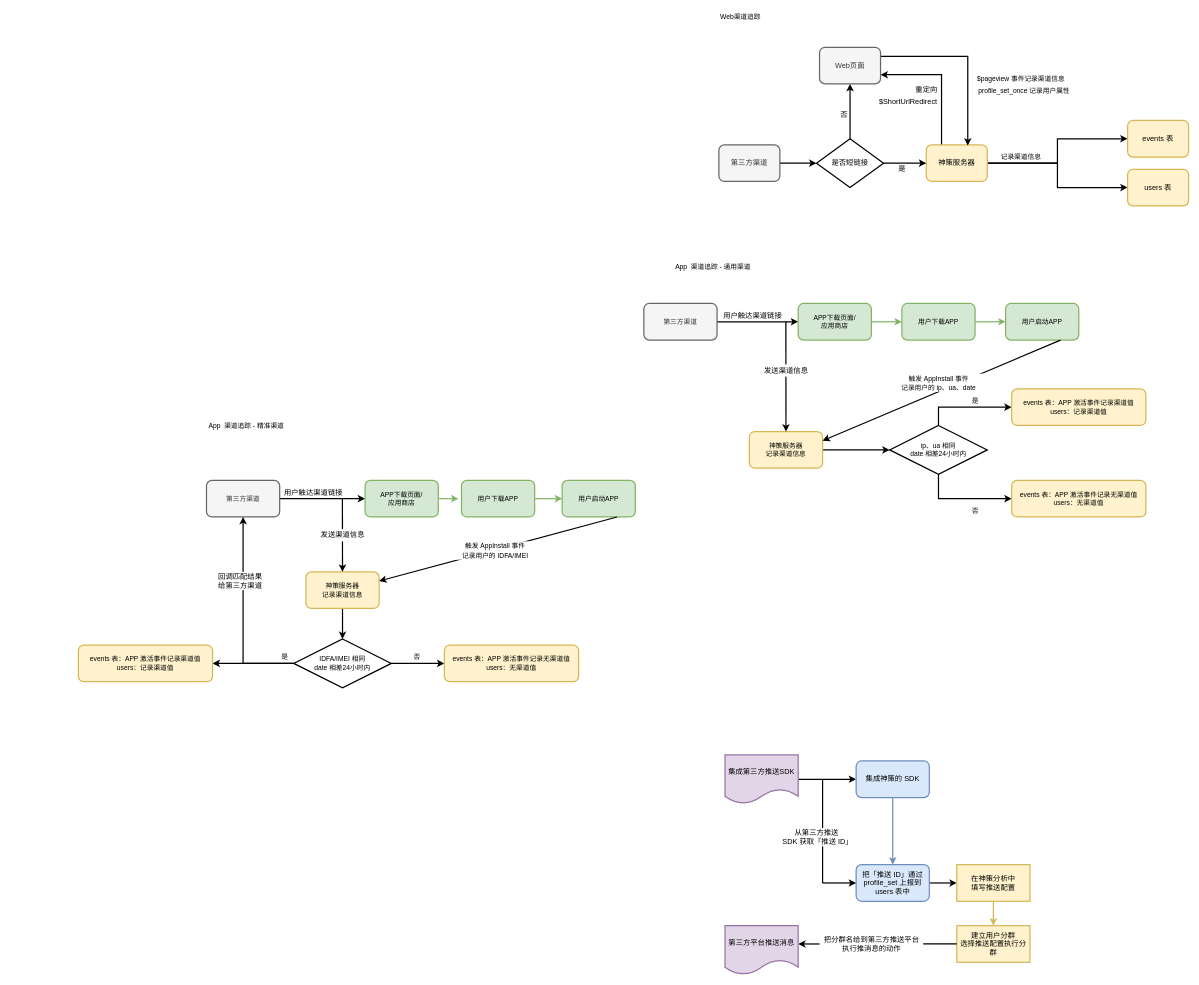
This is 导入工具.drawio from zhulinghao/drawio_warehouse, a draw.io file, before an edit. Source tidied: cells renumbered, new cells numbered last; positions are measured from the earlier drawing's top-left corner, leaving out a move shared by most shapes. Both pictures are drawn from the tidied source at 61%, with x=0, y=0 at pixel (78, 10).
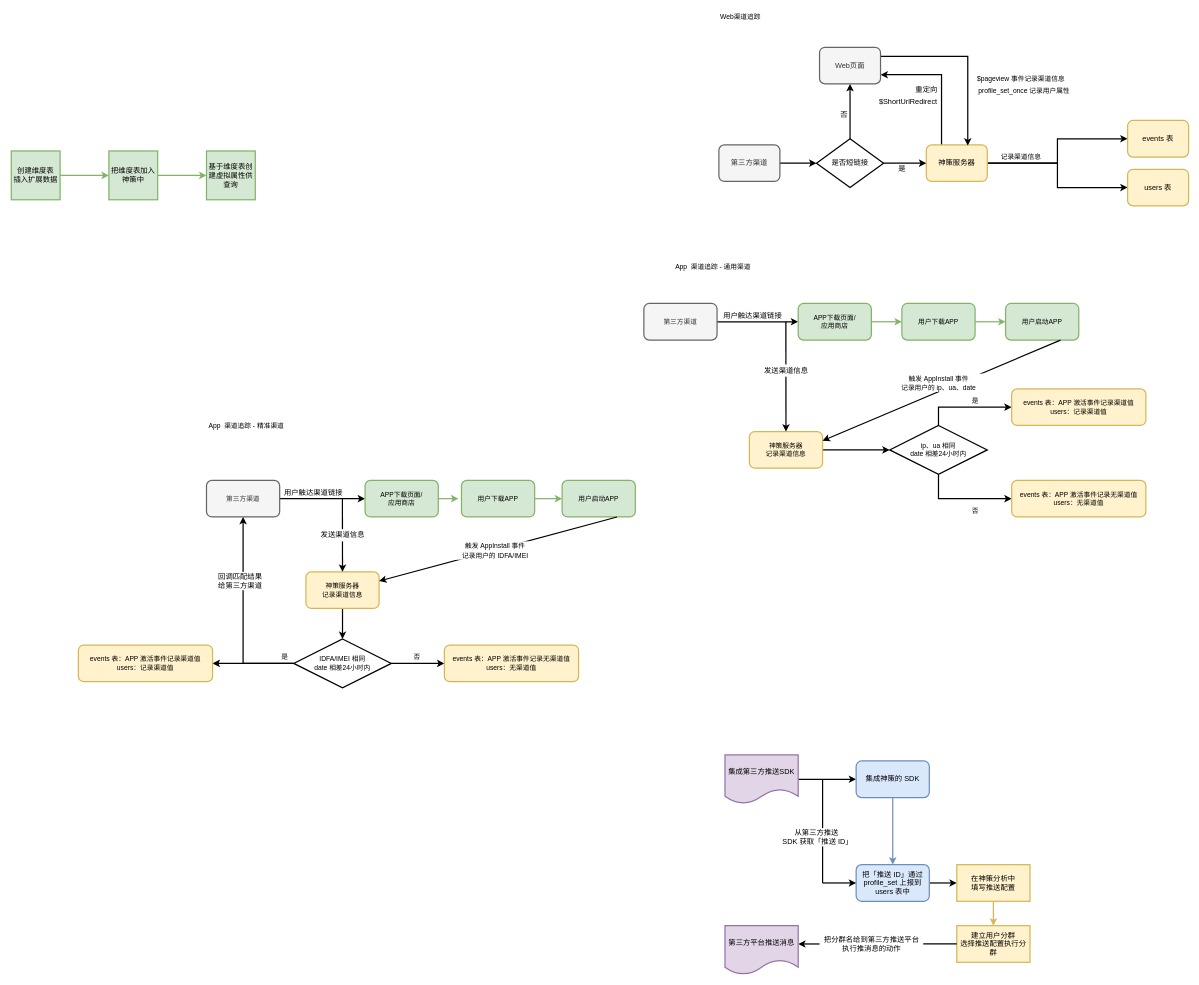
Above is the later version.

Diff of the diagram source:
```diff
@@
+    <mxCell id="85" style="edgeStyle=orthogonalEdgeStyle;rounded=0;jettySize=auto;html=1;exitX=1;exitY=0.5;exitDx=0;exitDy=0;entryX=0;entryY=0.5;entryDx=0;entryDy=0;fontSize=10;fillColor=#d5e8d4;strokeColor=#82b366;strokeWidth=2;" parent="1" edge="1" source="86" target="88">
+      <mxGeometry relative="1" as="geometry" />
+    </mxCell>
+    <mxCell id="86" value="创建维度表&lt;br&gt;插入扩展数据" style="whiteSpace=wrap;html=1;fillColor=#d5e8d4;strokeColor=#82b366;strokeWidth=2;" parent="1" vertex="1">
+      <mxGeometry x="-110" y="230" width="80" height="80" as="geometry" />
+    </mxCell>
+    <mxCell id="87" style="edgeStyle=orthogonalEdgeStyle;rounded=0;jettySize=auto;html=1;exitX=1;exitY=0.5;exitDx=0;exitDy=0;entryX=0;entryY=0.5;entryDx=0;entryDy=0;fontSize=10;fillColor=#d5e8d4;strokeColor=#82b366;strokeWidth=2;" parent="1" edge="1" source="88" target="89">
+      <mxGeometry relative="1" as="geometry" />
+    </mxCell>
+    <mxCell id="88" value="把维度表加入神策中" style="whiteSpace=wrap;html=1;fillColor=#d5e8d4;strokeColor=#82b366;strokeWidth=2;" parent="1" vertex="1">
+      <mxGeometry x="50" y="230" width="80" height="80" as="geometry" />
+    </mxCell>
+    <mxCell id="89" value="基于维度表创建虚拟属性供查询" style="whiteSpace=wrap;html=1;fillColor=#d5e8d4;strokeColor=#82b366;strokeWidth=2;" parent="1" vertex="1">
+      <mxGeometry x="210" y="230" width="80" height="80" as="geometry" />
+    </mxCell>
```
